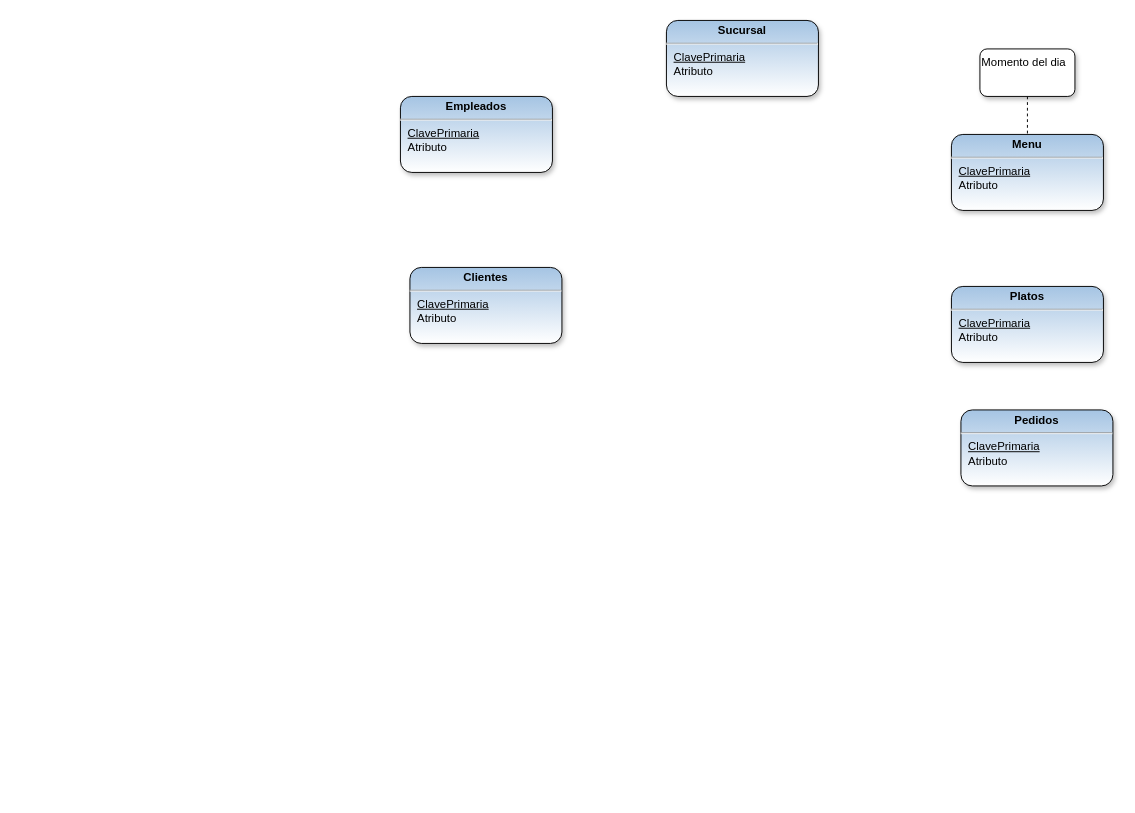
This is BDEjercicio.drawio from charlyglez2035/charlyglez2035, a draw.io file, before an edit. Source tidied: cells renumbered, new cells numbered last; positions are measured from the earlier drawing's top-left corner, leaving out a move shared by most shapes. Both pictures are drawn from the tidied source at 95%, with x=0, y=0 at pixel (400, 20).
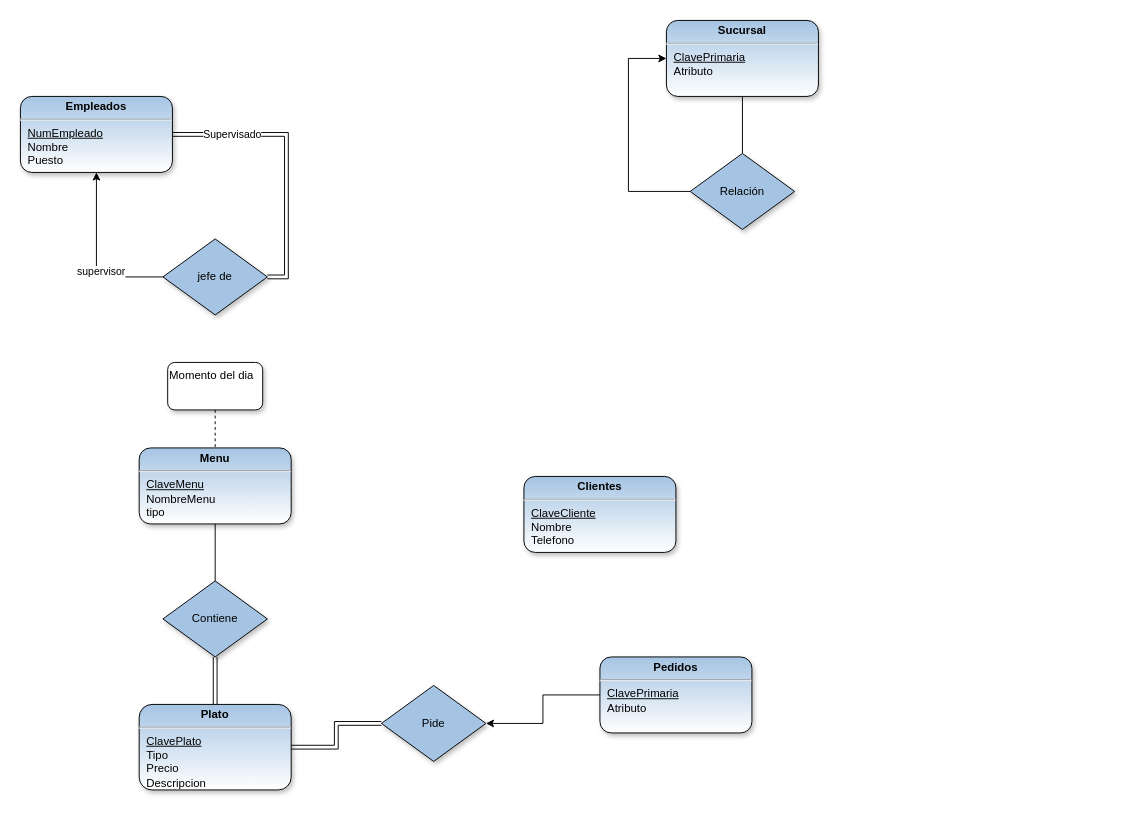
Above is the later version.

The change refers to these unchanged cells:
```xml
<mxCell id="9" value="&lt;p style=&quot;text-align: center ; margin: 4px 0px 0px&quot;&gt;&lt;b&gt;Sucursal&lt;/b&gt;&lt;/p&gt;&lt;hr&gt;&lt;p style=&quot;margin: 0px ; margin-left: 8px&quot;&gt;&lt;u&gt;ClavePrimaria&lt;/u&gt;&lt;br&gt;&lt;/p&gt;&lt;p style=&quot;margin: 0px ; margin-left: 8px&quot;&gt;Atributo&lt;/p&gt;" style="verticalAlign=top;align=left;overflow=fill;fontSize=12;fontFamily=Helvetica;html=1;gradientDirection=south;rounded=1;shadow=1;sketch=0;glass=0;strokeColor=#000000;fillColor=#a5c4e3;gradientColor=#ffffff;" parent="1" vertex="1">
  <mxGeometry x="280" width="160" height="80" as="geometry" />
</mxCell>
```

What changed in the source:
```diff
@@
+    <mxCell id="10" style="edgeStyle=orthogonalEdgeStyle;rounded=0;jettySize=auto;html=1;entryX=0;entryY=0.5;entryDx=0;entryDy=0;endArrow=none;endFill=0;startArrow=classic;startFill=1;" parent="1" edge="1" source="2" target="16">
+      <mxGeometry relative="1" as="geometry" />
+    </mxCell>
+    <mxCell id="11" value="supervisor" style="edgeLabel;html=1;align=center;verticalAlign=middle;" parent="10" vertex="1">
+      <mxGeometry x="0.16" y="4" relative="1" as="geometry" />
+    </mxCell>
-    <mxCell id="2" value="&lt;p style=&quot;text-align: center ; margin: 4px 0px 0px&quot;&gt;&lt;b&gt;Empleados&lt;/b&gt;&lt;/p&gt;&lt;hr&gt;&lt;p style=&quot;margin: 0px ; margin-left: 8px&quot;&gt;&lt;u&gt;ClavePrimaria&lt;/u&gt;&lt;br&gt;&lt;/p&gt;&lt;p style=&quot;margin: 0px ; margin-left: 8px&quot;&gt;Atributo&lt;/p&gt;" style="verticalAlign=top;align=left;overflow=fill;fontSize=12;fontFamily=Helvetica;html=1;gradientDirection=south;rounded=1;shadow=1;sketch=0;glass=0;strokeColor=#000000;fillColor=#a5c4e3;gradientColor=#ffffff;" parent="1" vertex="1">
-      <mxGeometry y="80" width="160" height="80" as="geometry" />
+    <mxCell id="2" value="&lt;p style=&quot;text-align: center ; margin: 4px 0px 0px&quot;&gt;&lt;b&gt;Empleados&lt;/b&gt;&lt;/p&gt;&lt;hr&gt;&lt;p style=&quot;margin: 0px ; margin-left: 8px&quot;&gt;&lt;u&gt;NumEmpleado&lt;/u&gt;&lt;/p&gt;&lt;p style=&quot;margin: 0px ; margin-left: 8px&quot;&gt;Nombre&lt;/p&gt;&lt;p style=&quot;margin: 0px ; margin-left: 8px&quot;&gt;Puesto&lt;/p&gt;" style="verticalAlign=top;align=left;overflow=fill;fontSize=12;fontFamily=Helvetica;html=1;gradientDirection=south;rounded=1;shadow=1;sketch=0;glass=0;strokeColor=#000000;fillColor=#a5c4e3;gradientColor=#ffffff;" parent="1" vertex="1">
+      <mxGeometry x="-400" y="80" width="160" height="80" as="geometry" />
     </mxCell>
-    <mxCell id="3" value="&lt;p style=&quot;text-align: center ; margin: 4px 0px 0px&quot;&gt;&lt;b&gt;Menu&lt;/b&gt;&lt;/p&gt;&lt;hr&gt;&lt;p style=&quot;margin: 0px ; margin-left: 8px&quot;&gt;&lt;u&gt;ClavePrimaria&lt;/u&gt;&lt;br&gt;&lt;/p&gt;&lt;p style=&quot;margin: 0px ; margin-left: 8px&quot;&gt;Atributo&lt;/p&gt;" style="verticalAlign=top;align=left;overflow=fill;fontSize=12;fontFamily=Helvetica;html=1;gradientDirection=south;rounded=1;shadow=1;sketch=0;glass=0;strokeColor=#000000;fillColor=#a5c4e3;gradientColor=#ffffff;" parent="1" vertex="1">
-      <mxGeometry x="580" y="120" width="160" height="80" as="geometry" />
+    <mxCell id="3" value="&lt;p style=&quot;text-align: center ; margin: 4px 0px 0px&quot;&gt;&lt;b&gt;Menu&lt;/b&gt;&lt;/p&gt;&lt;hr&gt;&lt;p style=&quot;margin: 0px ; margin-left: 8px&quot;&gt;&lt;u&gt;ClaveMenu&lt;/u&gt;&lt;/p&gt;&lt;p style=&quot;margin: 0px ; margin-left: 8px&quot;&gt;NombreMenu&lt;br&gt;tipo&lt;/p&gt;" style="verticalAlign=top;align=left;overflow=fill;fontSize=12;fontFamily=Helvetica;html=1;gradientDirection=south;rounded=1;shadow=1;sketch=0;glass=0;strokeColor=#000000;fillColor=#a5c4e3;gradientColor=#ffffff;" parent="1" vertex="1">
+      <mxGeometry x="-275" y="450" width="160" height="80" as="geometry" />
     </mxCell>
     <mxCell id="4" style="endArrow=none;dashed=1;html=1;rounded=0;entryX=0.5;entryY=0;entryDx=0;entryDy=0;" parent="1" edge="1" target="3">
       <mxGeometry relative="1" as="geometry">
-        <mxPoint x="660" y="80" as="sourcePoint" />
+        <mxPoint x="-195" y="410" as="sourcePoint" />
       </mxGeometry>
     </mxCell>
     <mxCell id="5" value="Momento del dia" style="rounded=1;whiteSpace=wrap;html=1;shadow=1;sketch=0;fillColor=#ffffff;gradientColor=#ffffff;align=left;verticalAlign=top;" parent="1" vertex="1">
-      <mxGeometry x="610" y="30" width="100" height="50" as="geometry" />
+      <mxGeometry x="-245" y="360" width="100" height="50" as="geometry" />
     </mxCell>
-    <mxCell id="6" value="&lt;p style=&quot;text-align: center ; margin: 4px 0px 0px&quot;&gt;&lt;b&gt;Platos&lt;/b&gt;&lt;/p&gt;&lt;hr&gt;&lt;p style=&quot;margin: 0px ; margin-left: 8px&quot;&gt;&lt;u&gt;ClavePrimaria&lt;/u&gt;&lt;br&gt;&lt;/p&gt;&lt;p style=&quot;margin: 0px ; margin-left: 8px&quot;&gt;Atributo&lt;/p&gt;" style="verticalAlign=top;align=left;overflow=fill;fontSize=12;fontFamily=Helvetica;html=1;gradientDirection=south;rounded=1;shadow=1;sketch=0;glass=0;strokeColor=#000000;fillColor=#a5c4e3;gradientColor=#ffffff;" parent="1" vertex="1">
-      <mxGeometry x="580" y="280" width="160" height="80" as="geometry" />
+    <mxCell id="6" value="&lt;p style=&quot;text-align: center ; margin: 4px 0px 0px&quot;&gt;&lt;b&gt;Plato&lt;/b&gt;&lt;/p&gt;&lt;hr&gt;&lt;p style=&quot;margin: 0px ; margin-left: 8px&quot;&gt;&lt;u&gt;ClavePlato&lt;/u&gt;&lt;br&gt;&lt;/p&gt;&lt;p style=&quot;margin: 0px ; margin-left: 8px&quot;&gt;Tipo&lt;/p&gt;&lt;p style=&quot;margin: 0px ; margin-left: 8px&quot;&gt;Precio&lt;/p&gt;&lt;p style=&quot;margin: 0px ; margin-left: 8px&quot;&gt;Descripcion&lt;/p&gt;" style="verticalAlign=top;align=left;overflow=fill;fontSize=12;fontFamily=Helvetica;html=1;gradientDirection=south;rounded=1;shadow=1;sketch=0;glass=0;strokeColor=#000000;fillColor=#a5c4e3;gradientColor=#ffffff;" parent="1" vertex="1">
+      <mxGeometry x="-275" y="720" width="160" height="90" as="geometry" />
     </mxCell>
-    <mxCell id="7" value="&lt;p style=&quot;text-align: center ; margin: 4px 0px 0px&quot;&gt;&lt;b&gt;Clientes&lt;/b&gt;&lt;/p&gt;&lt;hr&gt;&lt;p style=&quot;margin: 0px ; margin-left: 8px&quot;&gt;&lt;u&gt;ClavePrimaria&lt;/u&gt;&lt;br&gt;&lt;/p&gt;&lt;p style=&quot;margin: 0px ; margin-left: 8px&quot;&gt;Atributo&lt;/p&gt;" style="verticalAlign=top;align=left;overflow=fill;fontSize=12;fontFamily=Helvetica;html=1;gradientDirection=south;rounded=1;shadow=1;sketch=0;glass=0;strokeColor=#000000;fillColor=#a5c4e3;gradientColor=#ffffff;" parent="1" vertex="1">
-      <mxGeometry x="10" y="260" width="160" height="80" as="geometry" />
+    <mxCell id="7" value="&lt;p style=&quot;text-align: center ; margin: 4px 0px 0px&quot;&gt;&lt;b&gt;Clientes&lt;/b&gt;&lt;/p&gt;&lt;hr&gt;&lt;p style=&quot;margin: 0px ; margin-left: 8px&quot;&gt;&lt;u&gt;ClaveCliente&lt;/u&gt;&lt;br&gt;&lt;/p&gt;&lt;p style=&quot;margin: 0px ; margin-left: 8px&quot;&gt;Nombre&lt;/p&gt;&lt;p style=&quot;margin: 0px ; margin-left: 8px&quot;&gt;Telefono&lt;/p&gt;" style="verticalAlign=top;align=left;overflow=fill;fontSize=12;fontFamily=Helvetica;html=1;gradientDirection=south;rounded=1;shadow=1;sketch=0;glass=0;strokeColor=#000000;fillColor=#a5c4e3;gradientColor=#ffffff;" parent="1" vertex="1">
+      <mxGeometry x="130" y="480" width="160" height="80" as="geometry" />
     </mxCell>
+    <mxCell id="12" style="edgeStyle=orthogonalEdgeStyle;rounded=0;jettySize=auto;html=1;entryX=1;entryY=0.5;entryDx=0;entryDy=0;" parent="1" edge="1" source="8" target="23">
+      <mxGeometry relative="1" as="geometry" />
+    </mxCell>
     <mxCell id="8" value="&lt;p style=&quot;text-align: center ; margin: 4px 0px 0px&quot;&gt;&lt;b&gt;Pedidos&lt;/b&gt;&lt;/p&gt;&lt;hr&gt;&lt;p style=&quot;margin: 0px ; margin-left: 8px&quot;&gt;&lt;u&gt;ClavePrimaria&lt;/u&gt;&lt;br&gt;&lt;/p&gt;&lt;p style=&quot;margin: 0px ; margin-left: 8px&quot;&gt;Atributo&lt;/p&gt;" style="verticalAlign=top;align=left;overflow=fill;fontSize=12;fontFamily=Helvetica;html=1;gradientDirection=south;rounded=1;shadow=1;sketch=0;glass=0;strokeColor=#000000;fillColor=#a5c4e3;gradientColor=#ffffff;" parent="1" vertex="1">
-      <mxGeometry x="590" y="410" width="160" height="80" as="geometry" />
+      <mxGeometry x="210" y="670" width="160" height="80" as="geometry" />
     </mxCell>
@@
+    <mxCell id="13" style="endArrow=none;html=1;rounded=0;entryX=0.5;entryY=1;entryDx=0;entryDy=0;" parent="1" edge="1" source="15" target="9">
+      <mxGeometry relative="1" as="geometry" />
+    </mxCell>
+    <mxCell id="14" style="edgeStyle=orthogonalEdgeStyle;rounded=0;jettySize=auto;html=1;entryX=0;entryY=0.5;entryDx=0;entryDy=0;" parent="1" edge="1" source="15" target="9">
+      <mxGeometry relative="1" as="geometry">
+        <Array as="points">
+          <mxPoint x="240" y="180" />
+          <mxPoint x="240" y="40" />
+        </Array>
+      </mxGeometry>
+    </mxCell>
+    <mxCell id="15" value="Relación" style="shape=rhombus;perimeter=rhombusPerimeter;whiteSpace=wrap;html=1;align=center;rounded=0;shadow=1;glass=0;sketch=0;strokeColor=#000000;fillColor=#a5c4e3;" parent="1" vertex="1">
+      <mxGeometry x="305" y="140" width="110" height="80" as="geometry" />
+    </mxCell>
+    <mxCell id="16" value="jefe de" style="shape=rhombus;perimeter=rhombusPerimeter;whiteSpace=wrap;html=1;align=center;rounded=0;shadow=1;glass=0;sketch=0;strokeColor=#000000;fillColor=#a5c4e3;" parent="1" vertex="1">
+      <mxGeometry x="-250" y="230" width="110" height="80" as="geometry" />
+    </mxCell>
+    <mxCell id="17" style="edgeStyle=orthogonalEdgeStyle;rounded=0;jettySize=auto;html=1;entryX=1;entryY=0.5;entryDx=0;entryDy=0;exitX=1;exitY=0.5;exitDx=0;exitDy=0;endArrow=none;endFill=0;shape=link;" parent="1" edge="1" source="16" target="2">
+      <mxGeometry relative="1" as="geometry" />
+    </mxCell>
+    <mxCell id="18" value="Supervisado" style="edgeLabel;html=1;align=center;verticalAlign=middle;" parent="17" vertex="1">
+      <mxGeometry x="0.57" y="-1" relative="1" as="geometry" />
+    </mxCell>
+    <mxCell id="19" style="edgeStyle=orthogonalEdgeStyle;rounded=0;jettySize=auto;html=1;entryX=0.5;entryY=1;entryDx=0;entryDy=0;endArrow=none;endFill=0;" parent="1" edge="1" source="21" target="3">
+      <mxGeometry relative="1" as="geometry" />
+    </mxCell>
+    <mxCell id="20" style="edgeStyle=orthogonalEdgeStyle;rounded=0;jettySize=auto;html=1;entryX=0.5;entryY=0;entryDx=0;entryDy=0;endArrow=none;endFill=0;shape=link;" parent="1" edge="1" source="21" target="6">
+      <mxGeometry relative="1" as="geometry" />
+    </mxCell>
+    <mxCell id="21" value="Contiene" style="shape=rhombus;perimeter=rhombusPerimeter;whiteSpace=wrap;html=1;align=center;rounded=0;shadow=1;glass=0;sketch=0;strokeColor=#000000;fillColor=#a5c4e3;" parent="1" vertex="1">
+      <mxGeometry x="-250" y="590" width="110" height="80" as="geometry" />
+    </mxCell>
+    <mxCell id="22" style="edgeStyle=orthogonalEdgeStyle;rounded=0;jettySize=auto;html=1;entryX=1;entryY=0.5;entryDx=0;entryDy=0;endArrow=none;endFill=0;shape=link;" parent="1" edge="1" source="23" target="6">
+      <mxGeometry relative="1" as="geometry" />
+    </mxCell>
+    <mxCell id="23" value="Pide" style="shape=rhombus;perimeter=rhombusPerimeter;whiteSpace=wrap;html=1;align=center;rounded=0;shadow=1;glass=0;sketch=0;strokeColor=#000000;fillColor=#a5c4e3;" parent="1" vertex="1">
+      <mxGeometry x="-20" y="700" width="110" height="80" as="geometry" />
+    </mxCell>
```
